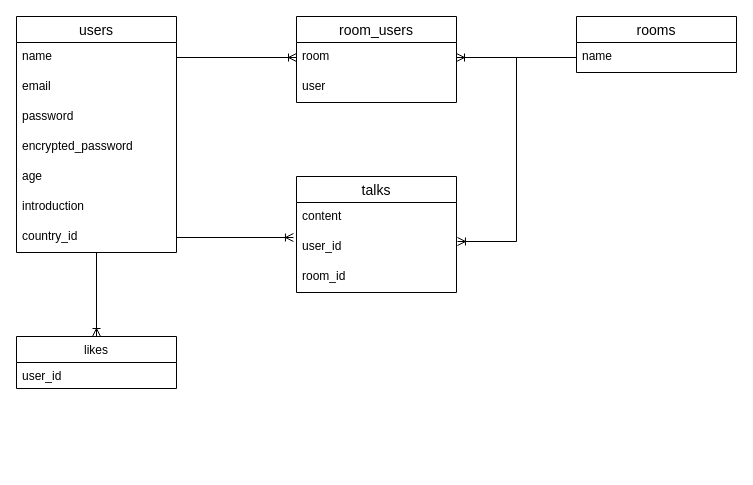
This is test.dio from horitomoyuki/travelers, a draw.io file, before an edit. Source tidied: cells renumbered, new cells numbered last; positions are measured from the earlier drawing's top-left corner, leaving out a move shared by most shapes. Both pictures are drawn from the tidied source at 100%, with x=0, y=0 at pixel (16, 16).
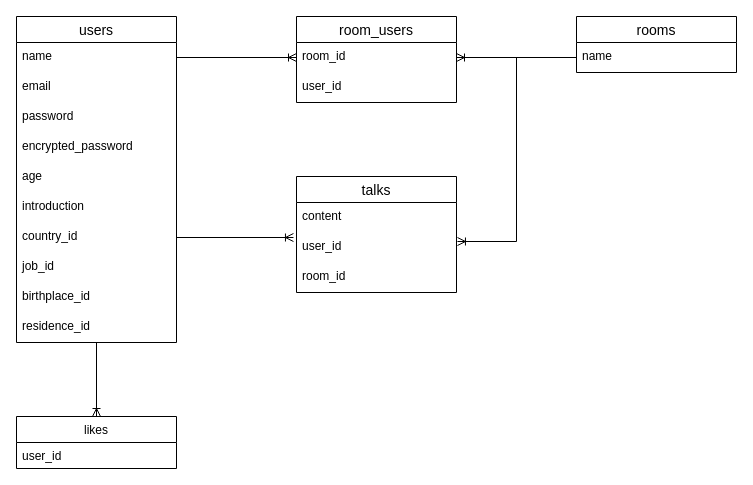
The same diagram, later.

The change refers to these unchanged cells:
```xml
<mxCell id="11" value="room_users" style="swimlane;fontStyle=0;horizontal=1;startSize=26;align=center;fontSize=14;" parent="1" vertex="1">
  <mxGeometry x="280" width="160" height="86" as="geometry" />
</mxCell>
```

The edit, as a diff of the source:
```diff
@@
     <mxCell id="3" value="users" style="swimlane;fontStyle=0;horizontal=1;startSize=26;align=center;fontSize=14;" parent="1" vertex="1">
-      <mxGeometry width="160" height="236" as="geometry" />
+      <mxGeometry width="160" height="326" as="geometry" />
     </mxCell>
@@
+    <mxCell id="26" value="job_id" style="text;strokeColor=none;fillColor=none;spacingLeft=4;spacingRight=4;overflow=hidden;fontSize=12;" parent="3" vertex="1">
+      <mxGeometry y="236" width="160" height="30" as="geometry" />
+    </mxCell>
+    <mxCell id="27" value="birthplace_id" style="text;strokeColor=none;fillColor=none;spacingLeft=4;spacingRight=4;overflow=hidden;fontSize=12;" parent="3" vertex="1">
+      <mxGeometry y="266" width="160" height="30" as="geometry" />
+    </mxCell>
+    <mxCell id="28" value="residence_id" style="text;strokeColor=none;fillColor=none;spacingLeft=4;spacingRight=4;overflow=hidden;fontSize=12;" parent="3" vertex="1">
+      <mxGeometry y="296" width="160" height="30" as="geometry" />
+    </mxCell>
@@
-    <mxCell id="12" value="room" style="text;strokeColor=none;fillColor=none;spacingLeft=4;spacingRight=4;overflow=hidden;points=[[0,0.5],[1,0.5]];portConstraint=eastwest;fontSize=12;" parent="11" vertex="1">
+    <mxCell id="12" value="room_id" style="text;strokeColor=none;fillColor=none;spacingLeft=4;spacingRight=4;overflow=hidden;points=[[0,0.5],[1,0.5]];portConstraint=eastwest;fontSize=12;" parent="11" vertex="1">
       <mxGeometry y="26" width="160" height="30" as="geometry" />
     </mxCell>
-    <mxCell id="13" value="user" style="text;strokeColor=none;fillColor=none;spacingLeft=4;spacingRight=4;overflow=hidden;fontSize=12;" parent="11" vertex="1">
+    <mxCell id="13" value="user_id" style="text;strokeColor=none;fillColor=none;spacingLeft=4;spacingRight=4;overflow=hidden;fontSize=12;" parent="11" vertex="1">
       <mxGeometry y="56" width="160" height="30" as="geometry" />
     </mxCell>
@@
     <mxCell id="24" value="likes" style="swimlane;fontStyle=0;horizontal=1;startSize=26;fillColor=none;" parent="1" vertex="1">
-      <mxGeometry y="320" width="160" height="52" as="geometry" />
+      <mxGeometry y="400" width="160" height="52" as="geometry" />
     </mxCell>
```
